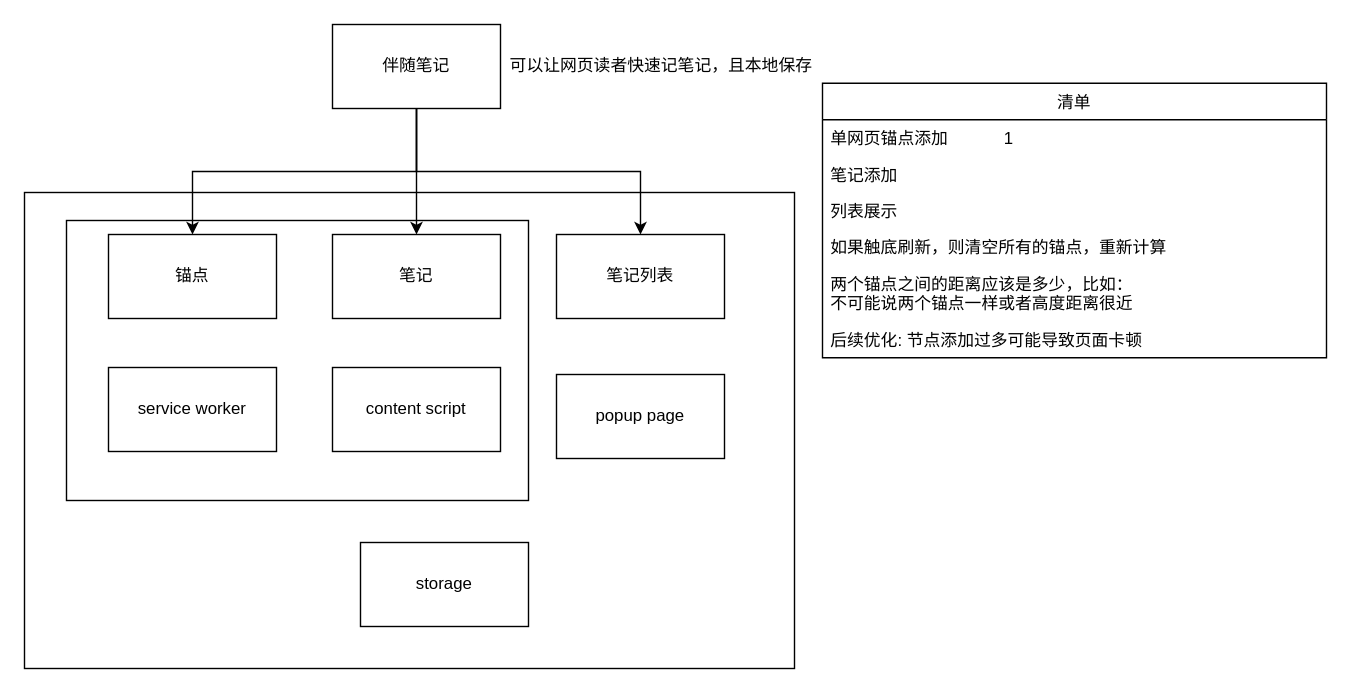
zwsznb/anchor-note keeps this draw.io diagram as 分析.drawio. Above is the earlier version. Source tidied: cells renumbered, new cells numbered last; positions are measured from the earlier drawing's top-left corner, leaving out a move shared by most shapes. Both pictures are drawn from the tidied source at 140%, with x=0, y=0 at pixel (24, 24).
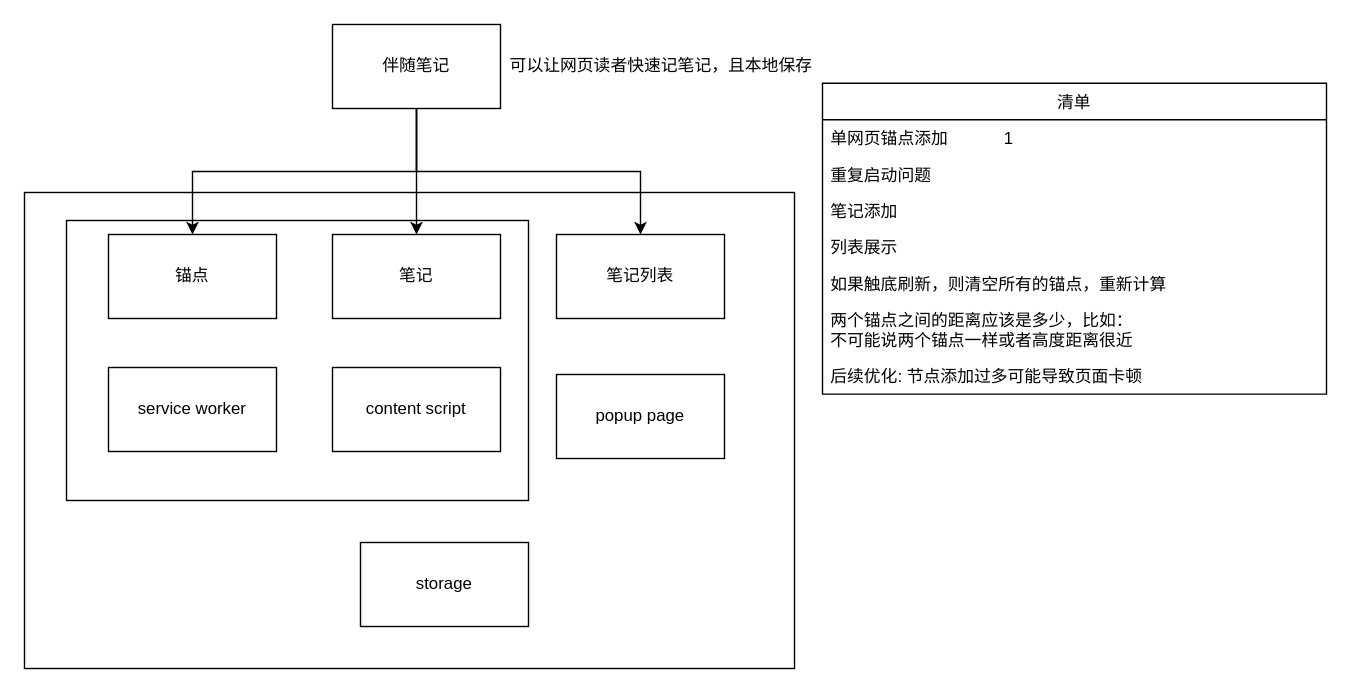
After the change.

Commit message (it also covers changes not shown here):
refactor: 删除不必要代码

Change to the diagram source:
```diff
@@
     <mxCell id="16" value="清单" style="swimlane;fontStyle=0;horizontal=1;startSize=26;" parent="1" vertex="1">
-      <mxGeometry x="570" y="42" width="360" height="196" as="geometry" />
+      <mxGeometry x="570" y="42" width="360" height="222" as="geometry" />
     </mxCell>
@@
+    <mxCell id="23" value="重复启动问题" style="text;strokeColor=none;fillColor=none;align=left;verticalAlign=top;spacingLeft=4;spacingRight=4;overflow=hidden;" parent="16" vertex="1">
+      <mxGeometry y="52" width="360" height="26" as="geometry" />
+    </mxCell>
     <mxCell id="18" value="笔记添加" style="text;strokeColor=none;fillColor=none;align=left;verticalAlign=top;spacingLeft=4;spacingRight=4;overflow=hidden;" parent="16" vertex="1">
-      <mxGeometry y="52" width="360" height="26" as="geometry" />
+      <mxGeometry y="78" width="360" height="26" as="geometry" />
     </mxCell>
     <mxCell id="19" value="列表展示" style="text;strokeColor=none;fillColor=none;align=left;verticalAlign=top;spacingLeft=4;spacingRight=4;overflow=hidden;" parent="16" vertex="1">
-      <mxGeometry y="78" width="360" height="26" as="geometry" />
+      <mxGeometry y="104" width="360" height="26" as="geometry" />
     </mxCell>
     <mxCell id="20" value="如果触底刷新，则清空所有的锚点，重新计算" style="text;strokeColor=none;fillColor=none;align=left;verticalAlign=top;spacingLeft=4;spacingRight=4;overflow=hidden;" parent="16" vertex="1">
-      <mxGeometry y="104" width="360" height="26" as="geometry" />
+      <mxGeometry y="130" width="360" height="26" as="geometry" />
     </mxCell>
     <mxCell id="21" value="两个锚点之间的距离应该是多少，比如：&#10;不可能说两个锚点一样或者高度距离很近" style="text;strokeColor=none;fillColor=none;align=left;verticalAlign=top;spacingLeft=4;spacingRight=4;overflow=hidden;" parent="16" vertex="1">
-      <mxGeometry y="130" width="360" height="40" as="geometry" />
+      <mxGeometry y="156" width="360" height="40" as="geometry" />
     </mxCell>
     <mxCell id="22" value="后续优化: 节点添加过多可能导致页面卡顿" style="text;strokeColor=none;fillColor=none;align=left;verticalAlign=top;spacingLeft=4;spacingRight=4;overflow=hidden;" parent="16" vertex="1">
-      <mxGeometry y="170" width="360" height="26" as="geometry" />
+      <mxGeometry y="196" width="360" height="26" as="geometry" />
     </mxCell>
```
